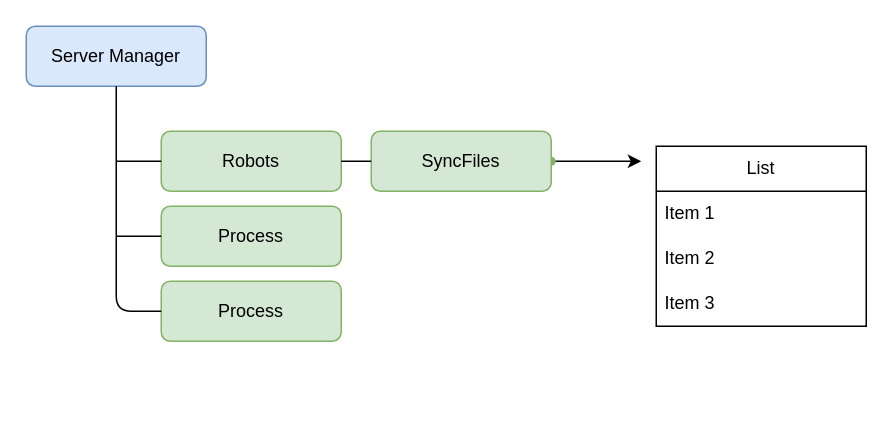
juniioroliveira/server-manager keeps this draw.io diagram as Diagrams/Diagrama sem nome.drawio. Above is the earlier version. Source tidied: cells renumbered, new cells numbered last; positions are measured from the earlier drawing's top-left corner, leaving out a move shared by most shapes. Both pictures are drawn from the tidied source at 150%, with x=0, y=0 at pixel (26, 26).
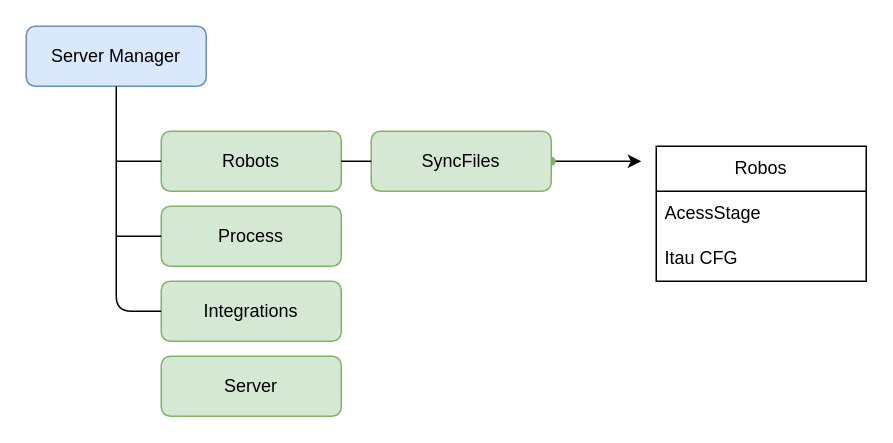
The same page after the edit.

What changed in the source:
```diff
@@
-    <mxCell id="7" value="Process" style="rounded=1;whiteSpace=wrap;html=1;fontSize=12;glass=0;strokeWidth=1;shadow=0;fillColor=#d5e8d4;strokeColor=#82b366;" parent="1" vertex="1">
+    <mxCell id="7" value="Integrations" style="rounded=1;whiteSpace=wrap;html=1;fontSize=12;glass=0;strokeWidth=1;shadow=0;fillColor=#d5e8d4;strokeColor=#82b366;" parent="1" vertex="1">
       <mxGeometry x="90" y="170" width="120" height="40" as="geometry" />
     </mxCell>
@@
-    <mxCell id="14" value="List" style="swimlane;fontStyle=0;horizontal=1;startSize=30;whiteSpace=wrap;html=1;" parent="1" vertex="1">
-      <mxGeometry x="420" y="80" width="140" height="120" as="geometry" />
+    <mxCell id="14" value="Robos" style="swimlane;fontStyle=0;horizontal=1;startSize=30;whiteSpace=wrap;html=1;" parent="1" vertex="1">
+      <mxGeometry x="420" y="80" width="140" height="90" as="geometry" />
     </mxCell>
-    <mxCell id="15" value="Item 1" style="text;strokeColor=none;fillColor=none;align=left;verticalAlign=middle;spacingLeft=4;spacingRight=4;overflow=hidden;whiteSpace=wrap;html=1;" parent="14" vertex="1">
+    <mxCell id="15" value="AcessStage" style="text;strokeColor=none;fillColor=none;align=left;verticalAlign=middle;spacingLeft=4;spacingRight=4;overflow=hidden;whiteSpace=wrap;html=1;" parent="14" vertex="1">
       <mxGeometry y="30" width="140" height="30" as="geometry" />
     </mxCell>
-    <mxCell id="16" value="Item 2" style="text;strokeColor=none;fillColor=none;align=left;verticalAlign=middle;spacingLeft=4;spacingRight=4;overflow=hidden;whiteSpace=wrap;html=1;" parent="14" vertex="1">
+    <mxCell id="16" value="Itau CFG" style="text;strokeColor=none;fillColor=none;align=left;verticalAlign=middle;spacingLeft=4;spacingRight=4;overflow=hidden;whiteSpace=wrap;html=1;" parent="14" vertex="1">
       <mxGeometry y="60" width="140" height="30" as="geometry" />
     </mxCell>
-    <mxCell id="17" value="Item 3" style="text;strokeColor=none;fillColor=none;align=left;verticalAlign=middle;spacingLeft=4;spacingRight=4;overflow=hidden;whiteSpace=wrap;html=1;" parent="14" vertex="1">
-      <mxGeometry y="90" width="140" height="30" as="geometry" />
-    </mxCell>
+    <mxCell id="18" value="Server" style="rounded=1;whiteSpace=wrap;html=1;fontSize=12;glass=0;strokeWidth=1;shadow=0;fillColor=#d5e8d4;strokeColor=#82b366;" parent="1" vertex="1">
+      <mxGeometry x="90" y="220" width="120" height="40" as="geometry" />
+    </mxCell>
```
